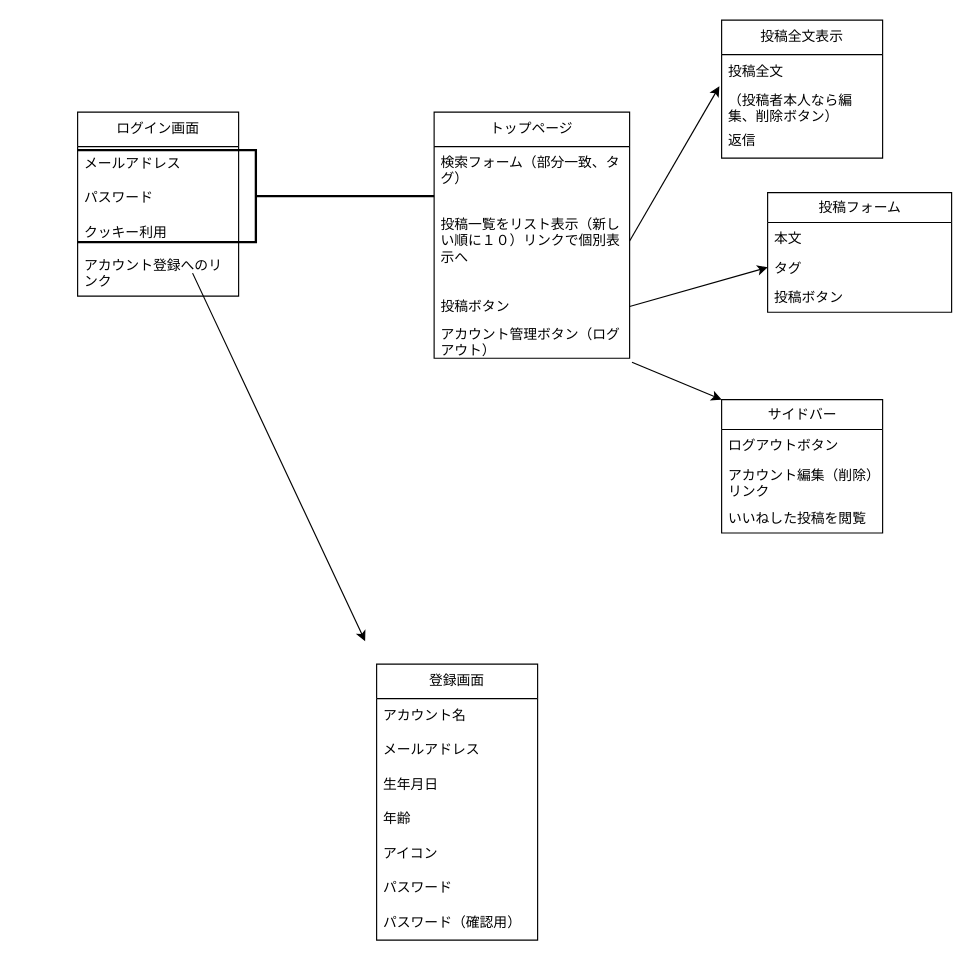
Earlier version of the draw.io diagram 画面遷移図.drawio (sakinaga1110/laravel_bbs). Source tidied: cells renumbered, new cells numbered last; positions are measured from the earlier drawing's top-left corner, leaving out a move shared by most shapes. Both pictures are drawn from the tidied source at 115%, with x=0, y=0 at pixel (77, 20).
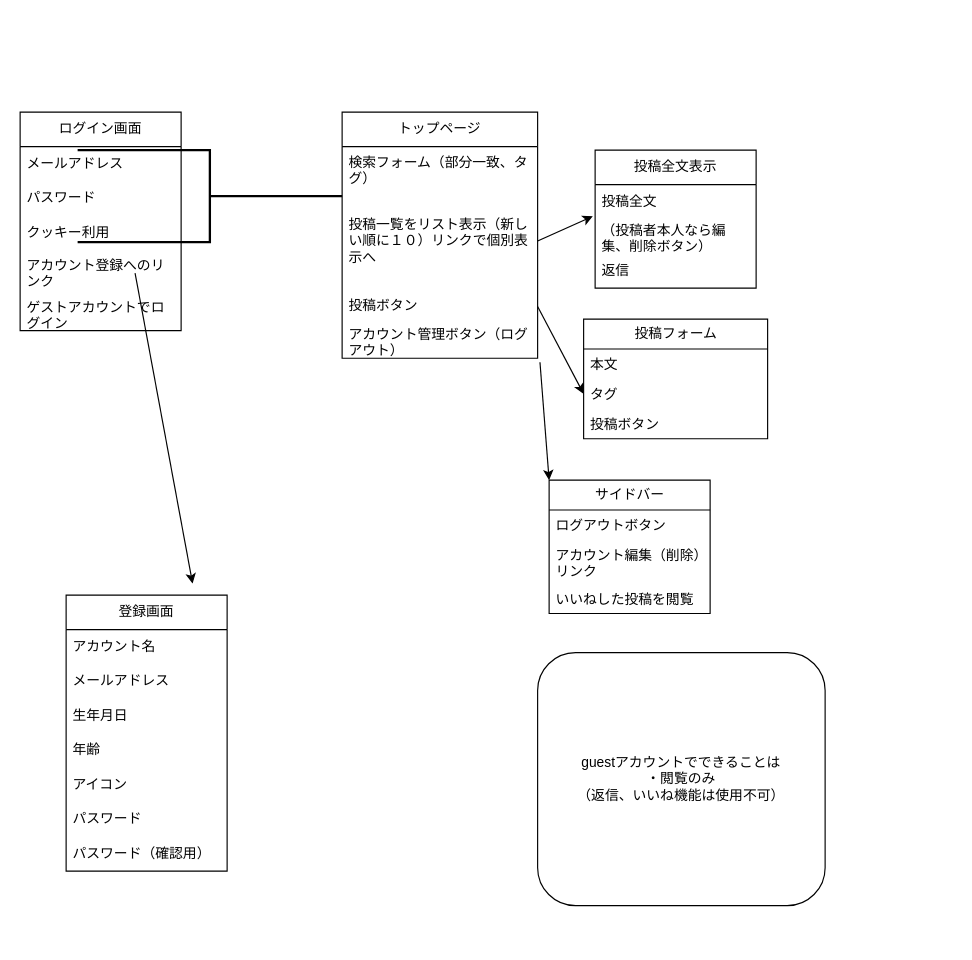
The same diagram, later.

Commit message (it also covers changes not shown here):
画面遷移図.drawio を更新します

The change refers to these unchanged cells:
```xml
<mxCell id="6" value="アカウント登録へのリンク" style="text;strokeColor=none;fillColor=none;align=left;verticalAlign=top;spacingLeft=4;spacingRight=4;overflow=hidden;points=[[0,0.5],[1,0.5]];portConstraint=eastwest;whiteSpace=wrap;html=1;" parent="2" vertex="1">
  <mxGeometry y="120" width="140" height="40" as="geometry" />
</mxCell>
<mxCell id="20" value="アカウント管理ボタン（ログアウト）" style="text;strokeColor=none;fillColor=none;align=left;verticalAlign=middle;spacingLeft=4;spacingRight=4;overflow=hidden;points=[[0,0.5],[1,0.5]];portConstraint=eastwest;whiteSpace=wrap;html=1;" parent="16" vertex="1">
  <mxGeometry y="184" width="170" height="30" as="geometry" />
</mxCell>
```

Diff of the diagram source:
```diff
@@
     <mxCell id="2" value="ログイン画面" style="swimlane;fontStyle=0;horizontal=1;startSize=30;whiteSpace=wrap;html=1;" parent="1" vertex="1">
-      <mxGeometry y="80" width="140" height="160" as="geometry" />
+      <mxGeometry x="-50" y="80" width="140" height="190" as="geometry" />
     </mxCell>
@@
+    <mxCell id="37" value="ゲストアカウントでログイン" style="text;strokeColor=none;fillColor=none;align=left;verticalAlign=middle;spacingLeft=4;spacingRight=4;overflow=hidden;whiteSpace=wrap;html=1;" parent="2" vertex="1">
+      <mxGeometry y="160" width="140" height="30" as="geometry" />
+    </mxCell>
     <mxCell id="7" style="endArrow=classic;html=1;rounded=0;exitX=0.714;exitY=0.5;exitDx=0;exitDy=0;exitPerimeter=0;" parent="1" edge="1" source="6">
       <mxGeometry relative="1" as="geometry">
-        <mxPoint x="250" y="540" as="targetPoint" />
+        <mxPoint x="100" y="490" as="targetPoint" />
       </mxGeometry>
     </mxCell>
     <mxCell id="8" value="登録画面" style="swimlane;fontStyle=0;horizontal=1;startSize=30;whiteSpace=wrap;html=1;" parent="1" vertex="1">
-      <mxGeometry x="260" y="560" width="140" height="240" as="geometry" />
+      <mxGeometry x="-10" y="500" width="140" height="240" as="geometry" />
     </mxCell>
@@
     <mxCell id="16" value="トップページ" style="swimlane;fontStyle=0;horizontal=1;startSize=30;whiteSpace=wrap;html=1;" parent="1" vertex="1">
-      <mxGeometry x="310" y="80" width="170" height="214" as="geometry" />
+      <mxGeometry x="230" y="80" width="170" height="214" as="geometry" />
     </mxCell>
@@
     <mxCell id="21" value="投稿フォーム" style="swimlane;fontStyle=0;horizontal=1;startSize=26;fillColor=none;html=1;" parent="1" vertex="1">
-      <mxGeometry x="600" y="150" width="160" height="104" as="geometry" />
+      <mxGeometry x="440" y="260" width="160" height="104" as="geometry" />
     </mxCell>
@@
     <mxCell id="25" style="strokeWidth=2;html=1;shape=mxgraph.flowchart.annotation_2;align=left;labelPosition=right;direction=west;" parent="1" vertex="1">
-      <mxGeometry y="113" width="310" height="80" as="geometry" />
+      <mxGeometry y="113" width="230" height="80" as="geometry" />
     </mxCell>
     <mxCell id="26" value="サイドバー" style="swimlane;fontStyle=0;horizontal=1;startSize=26;fillColor=none;html=1;" parent="1" vertex="1">
-      <mxGeometry x="560" y="330" width="140" height="116" as="geometry" />
+      <mxGeometry x="410" y="400" width="140" height="116" as="geometry" />
     </mxCell>
@@
-    <mxCell id="31" style="endArrow=classic;html=1;rounded=0;exitX=1.012;exitY=1.117;exitDx=0;exitDy=0;exitPerimeter=0;" parent="1" edge="1" source="20">
-      <mxGeometry relative="1" as="geometry">
-        <mxPoint x="560" y="330" as="targetPoint" />
-      </mxGeometry>
+    <mxCell id="31" style="endArrow=classic;html=1;rounded=0;exitX=1.012;exitY=1.117;exitDx=0;exitDy=0;exitPerimeter=0;entryX=0;entryY=0;entryDx=0;entryDy=0;" parent="1" edge="1" source="20" target="26">
+      <mxGeometry relative="1" as="geometry" />
     </mxCell>
     <mxCell id="32" value="投稿全文表示" style="swimlane;fontStyle=0;horizontal=1;startSize=30;whiteSpace=wrap;html=1;" parent="1" vertex="1">
-      <mxGeometry x="560" width="140" height="120" as="geometry" />
+      <mxGeometry x="450" y="113" width="140" height="120" as="geometry" />
     </mxCell>
@@
+    <mxCell id="38" value="guestアカウントでできることは&lt;br&gt;・閲覧のみ&lt;br&gt;（返信、いいね機能は使用不可）" style="rounded=1;whiteSpace=wrap;html=1;" parent="1" vertex="1">
+      <mxGeometry x="400" y="550" width="250" height="220" as="geometry" />
+    </mxCell>
```
